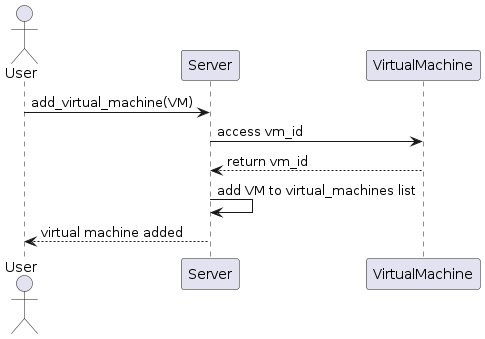
JonathanBeals/OOP-Final-Project keeps this PlantUML diagram as uml/process_view.png. Above is the earlier version. Source of this version:
```plantuml
@startuml process_view

actor User
participant Server
participant VirtualMachine as VM

User -> Server : add_virtual_machine(VM)
Server -> VM : access vm_id
VM --> Server : return vm_id
Server -> Server : add VM to virtual_machines list
Server --> User : virtual machine added

@enduml
```
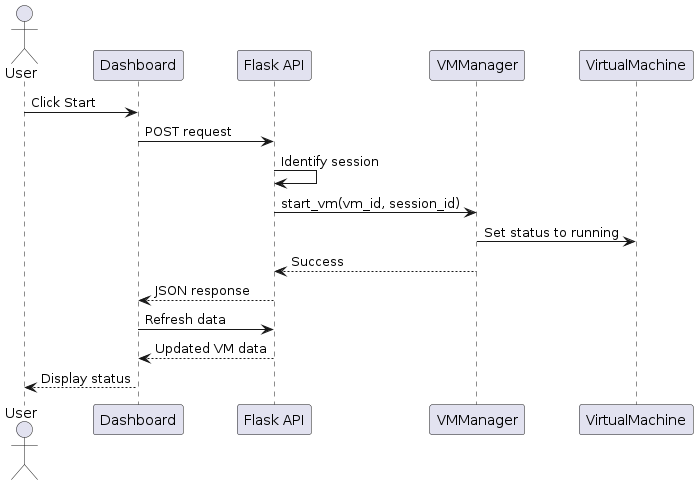
The same file after the commit.

Diff of the diagram source:
```diff
@@ -1,13 +1,22 @@
 @startuml process_view
 
+skinparam shadowing false
+
 actor User
-participant Server
+participant Dashboard
+participant "Flask API" as API
+participant VMManager
 participant VirtualMachine as VM
 
-User -> Server : add_virtual_machine(VM)
-Server -> VM : access vm_id
-VM --> Server : return vm_id
-Server -> Server : add VM to virtual_machines list
-Server --> User : virtual machine added
+User -> Dashboard : Click Start
+Dashboard -> API : POST request
+API -> API : Identify session
+API -> VMManager : start_vm(vm_id, session_id)
+VMManager -> VM : Set status to running
+VMManager --> API : Success
+API --> Dashboard : JSON response
+Dashboard -> API : Refresh data
+API --> Dashboard : Updated VM data
+Dashboard --> User : Display status
 
 @enduml
```
